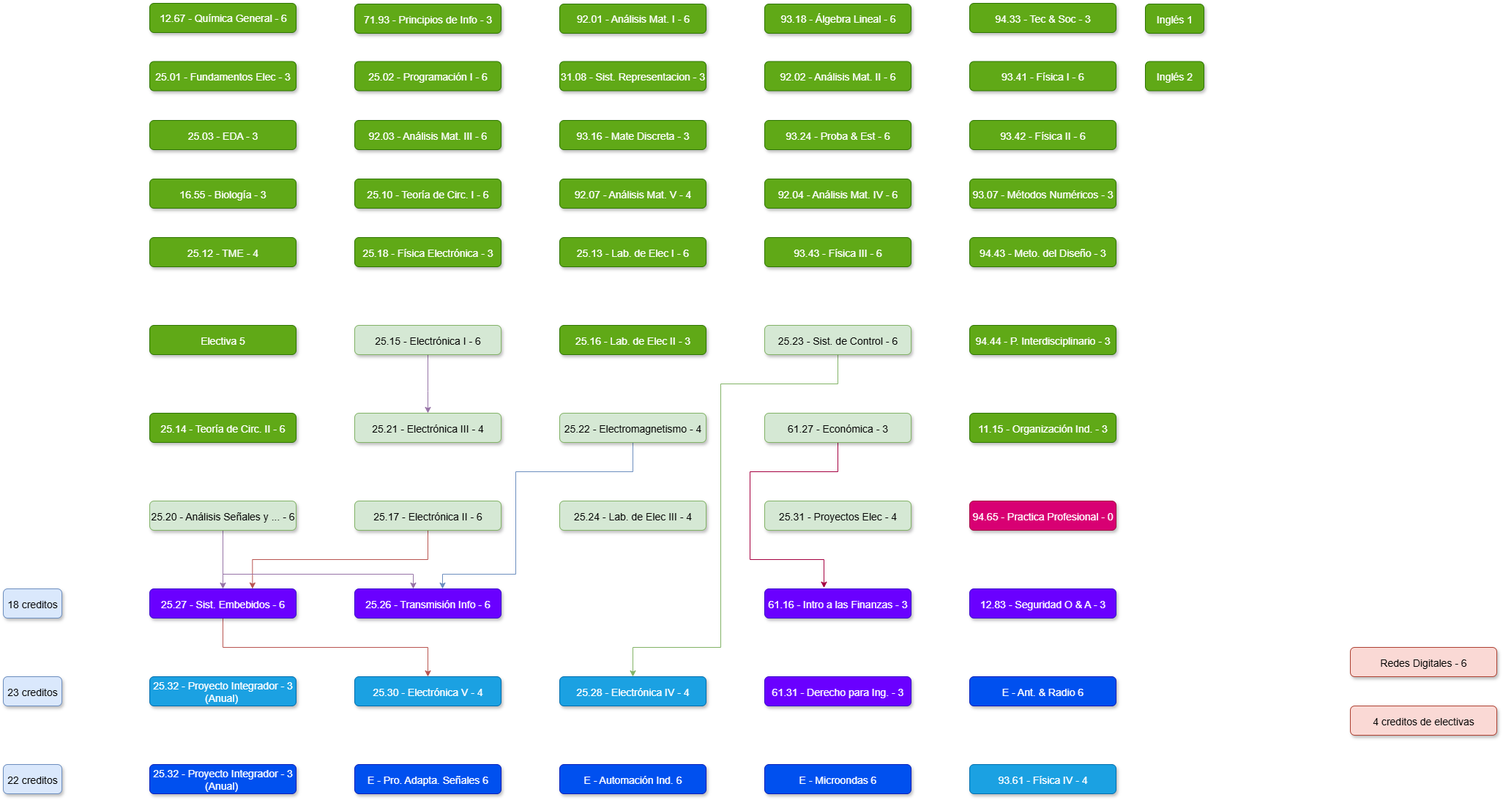
This is K22.drawio.png from juanipla/K22, a draw.io export, as it was before one commit. Source tidied: cells renumbered, new cells last; positions are measured from the earlier drawing's top-left corner, leaving out a move shared by most shapes.
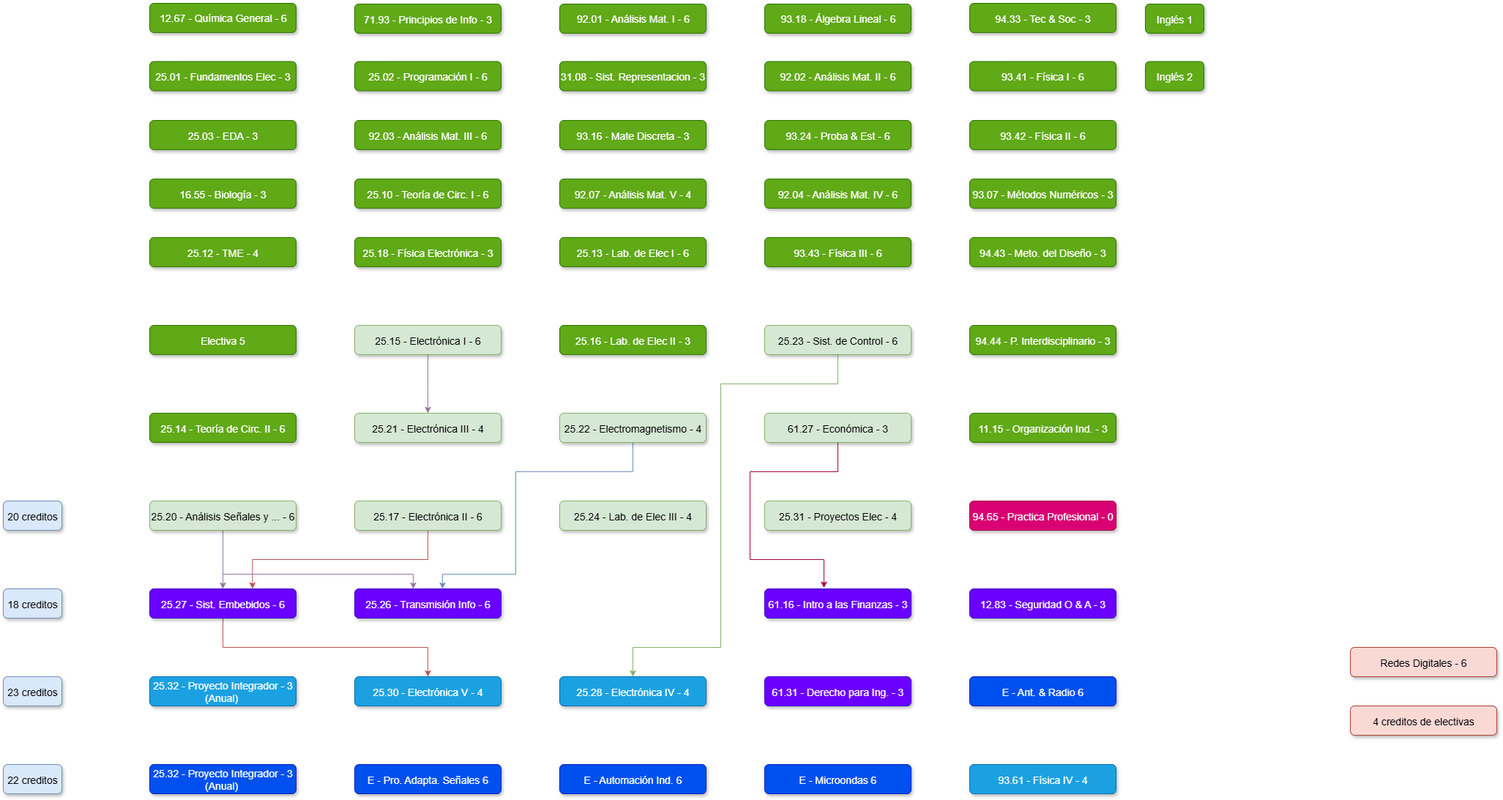
Above is the later version.

Change to the diagram source:
```diff
@@ -251,5 +251,8 @@
     <mxCell id="70" value="4 creditos de electivas" style="rounded=1;fillColor=#fad9d5;strokeColor=#ae4132;shadow=1;fontStyle=0;fontSize=14;labelBorderColor=none;labelBackgroundColor=none;verticalAlign=middle;" parent="1" vertex="1">
       <mxGeometry x="1840" y="960" width="200" height="40" as="geometry" />
     </mxCell>
+    <mxCell id="71" value="20 creditos" style="rounded=1;fillColor=#dae8fc;strokeColor=#6c8ebf;shadow=1;fontStyle=0;fontSize=14;labelBorderColor=none;labelBackgroundColor=none;verticalAlign=middle;" parent="1" vertex="1">
+      <mxGeometry y="680" width="80" height="40" as="geometry" />
+    </mxCell>
   </root>
 </mxGraphModel>
```
